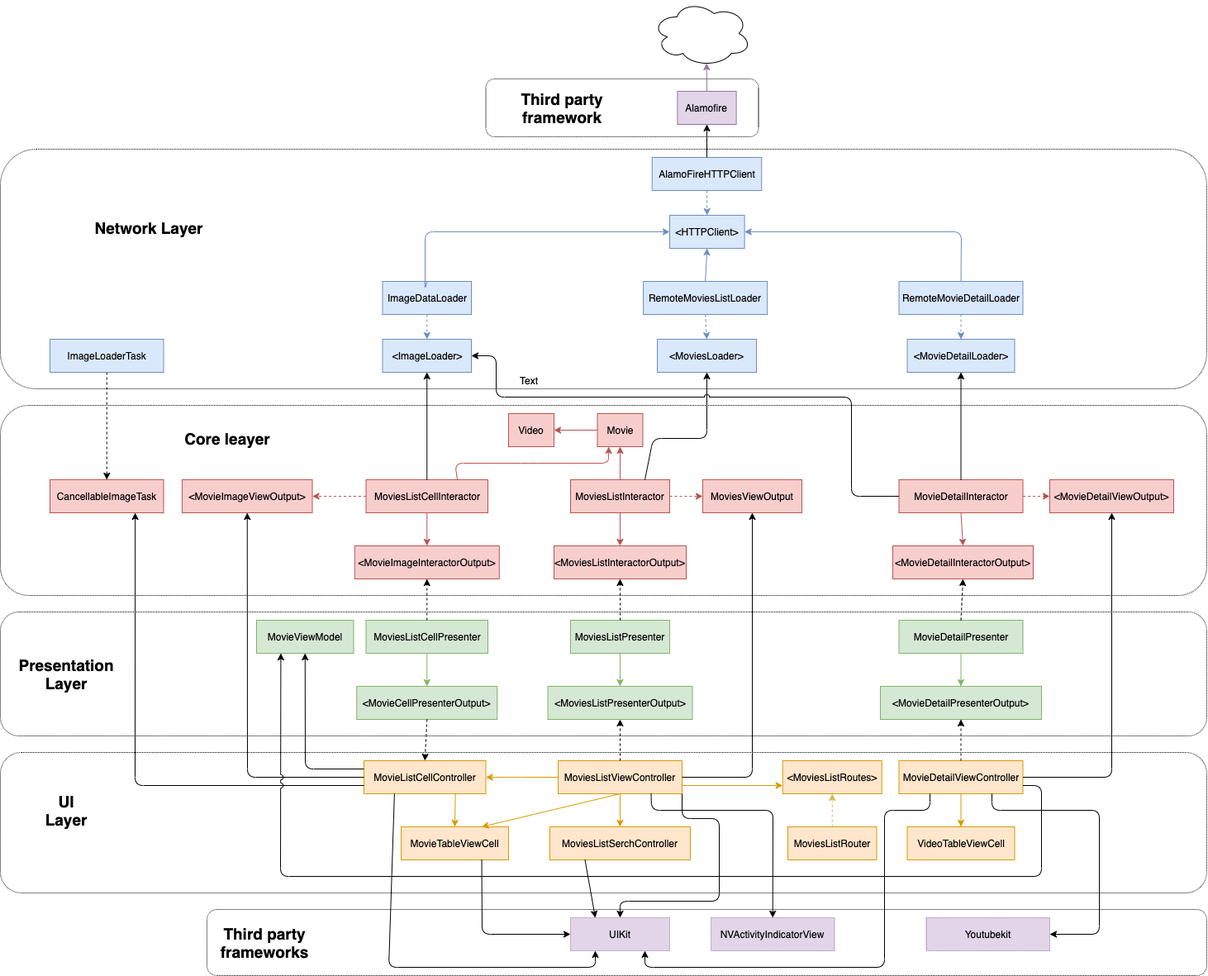
Earlier version of the draw.io export TMDBDiagram.png (damcho/TMDBApp). Source tidied: cells renumbered, new cells last; positions are measured from the earlier drawing's top-left corner, leaving out a move shared by most shapes.
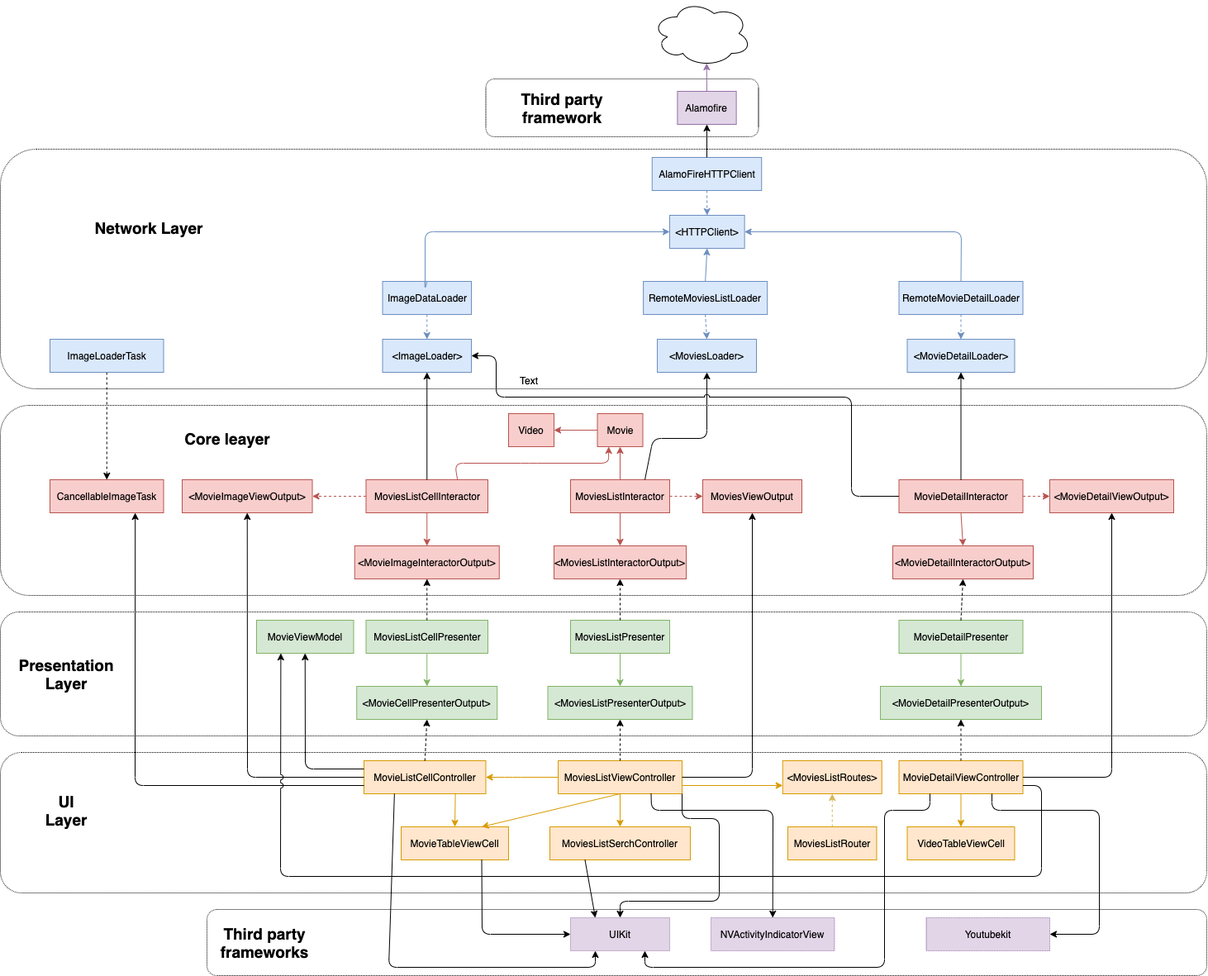
Above is the later version.

Commit message:
Arq diagram bug fix

The edit, as a diff of the source:
```diff
@@ -161,7 +161,7 @@
     <mxCell id="51" style="endArrow=classic;html=1;dashed=1;entryX=0.5;entryY=1;entryDx=0;entryDy=0;exitX=0.5;exitY=0;exitDx=0;exitDy=0;" parent="1" edge="1" source="44" target="46">
       <mxGeometry relative="1" as="geometry" />
     </mxCell>
-    <mxCell id="52" style="endArrow=classic;html=1;dashed=1;entryX=0.5;entryY=0;entryDx=0;entryDy=0;exitX=0.5;exitY=1;exitDx=0;exitDy=0;" parent="1" edge="1" source="47" target="45">
+    <mxCell id="52" style="endArrow=classic;html=1;dashed=1;entryX=0.5;entryY=1;entryDx=0;entryDy=0;exitX=0.5;exitY=0;exitDx=0;exitDy=0;" parent="1" edge="1" source="45" target="47">
       <mxGeometry relative="1" as="geometry" />
     </mxCell>
     <mxCell id="53" style="endArrow=classic;html=1;entryX=1;entryY=0.5;entryDx=0;entryDy=0;exitX=0;exitY=0.5;exitDx=0;exitDy=0;fillColor=#ffe6cc;strokeColor=#d79b00;" parent="1" edge="1" source="13" target="45">
```
